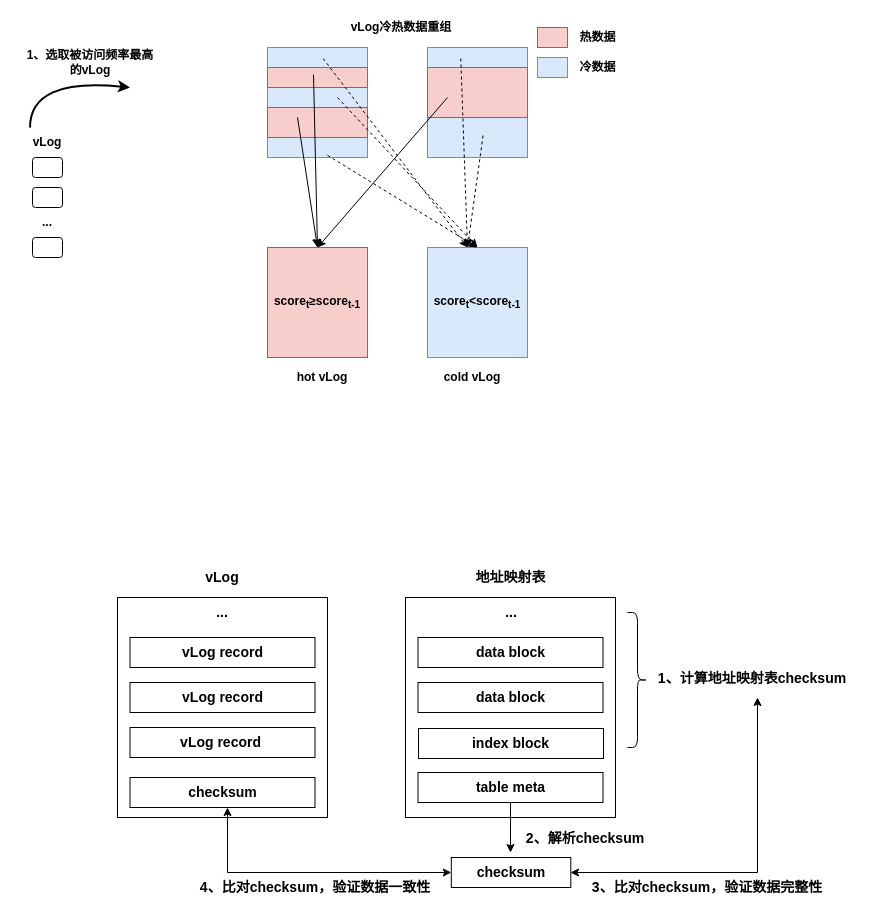
Earlier version of the draw.io diagram page "第 3 页" (3 of 8) of RabbitKV.drawio (yeqiyi/drawIO). Source tidied: cells renumbered, new cells numbered last; positions are measured from the earlier drawing's top-left corner, leaving out a move shared by most shapes. Both pictures are drawn from the tidied source at 100%, with x=0, y=0 at pixel (17, 17).
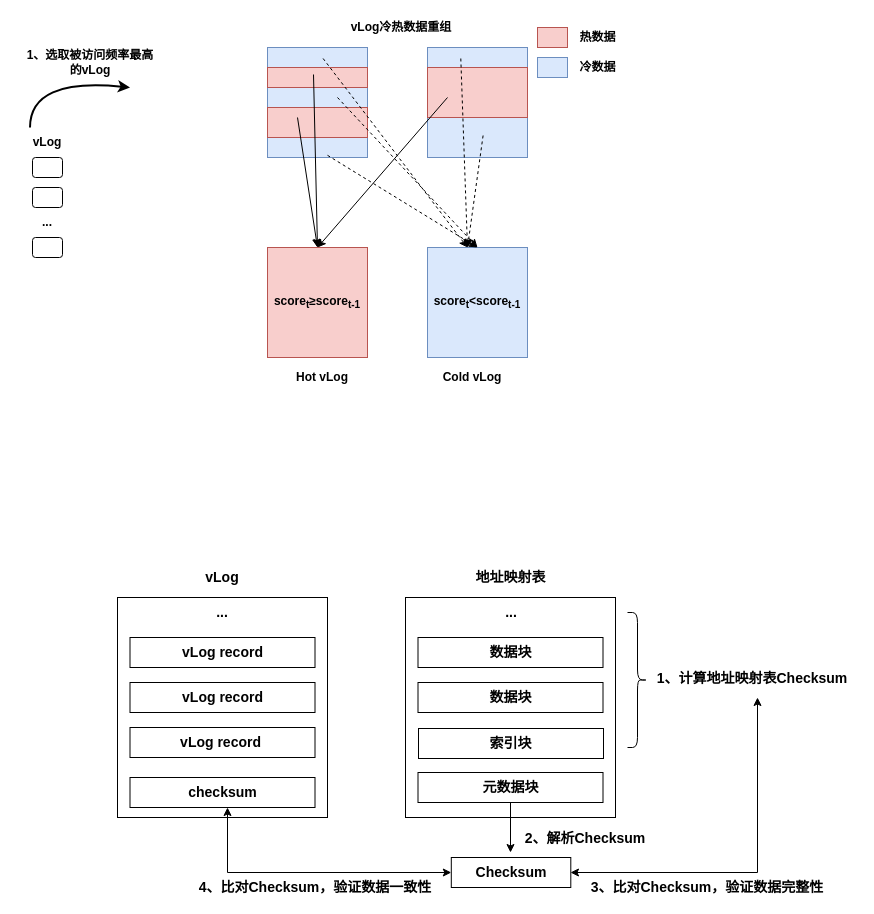
Above is the later version.

Change to the diagram source:
```diff
@@
-    <mxCell id="29" value="&lt;b style=&quot;border-color: var(--border-color);&quot;&gt;hot vLog&lt;/b&gt;" style="text;html=1;strokeColor=none;fillColor=none;align=center;verticalAlign=middle;whiteSpace=wrap;rounded=0;" parent="1" vertex="1">
+    <mxCell id="29" value="&lt;b style=&quot;border-color: var(--border-color);&quot;&gt;Hot vLog&lt;/b&gt;" style="text;html=1;strokeColor=none;fillColor=none;align=center;verticalAlign=middle;whiteSpace=wrap;rounded=0;" parent="1" vertex="1">
       <mxGeometry x="238" y="350" width="134" height="20" as="geometry" />
     </mxCell>
-    <mxCell id="30" value="&lt;b style=&quot;border-color: var(--border-color);&quot;&gt;cold vLog&lt;/b&gt;" style="text;html=1;strokeColor=none;fillColor=none;align=center;verticalAlign=middle;whiteSpace=wrap;rounded=0;" parent="1" vertex="1">
+    <mxCell id="30" value="&lt;b style=&quot;border-color: var(--border-color);&quot;&gt;Cold vLog&lt;/b&gt;" style="text;html=1;strokeColor=none;fillColor=none;align=center;verticalAlign=middle;whiteSpace=wrap;rounded=0;" parent="1" vertex="1">
       <mxGeometry x="388" y="350" width="134" height="20" as="geometry" />
     </mxCell>
@@
-    <mxCell id="40" value="&lt;b&gt;&lt;font style=&quot;font-size: 14px;&quot;&gt;data block&lt;/font&gt;&lt;/b&gt;" style="rounded=0;whiteSpace=wrap;html=1;" parent="1" vertex="1">
+    <mxCell id="40" value="&lt;span style=&quot;font-size: 14px;&quot;&gt;&lt;b&gt;数据块&lt;/b&gt;&lt;/span&gt;" style="rounded=0;whiteSpace=wrap;html=1;" parent="1" vertex="1">
       <mxGeometry x="400.5" y="620" width="185" height="30" as="geometry" />
     </mxCell>
-    <mxCell id="41" value="&lt;b&gt;&lt;font style=&quot;font-size: 14px;&quot;&gt;data block&lt;/font&gt;&lt;/b&gt;" style="rounded=0;whiteSpace=wrap;html=1;" parent="1" vertex="1">
+    <mxCell id="41" value="&lt;b&gt;&lt;font style=&quot;font-size: 14px;&quot;&gt;数据块&lt;/font&gt;&lt;/b&gt;" style="rounded=0;whiteSpace=wrap;html=1;" parent="1" vertex="1">
       <mxGeometry x="400.5" y="665" width="185" height="30" as="geometry" />
     </mxCell>
@@
-    <mxCell id="43" value="&lt;b&gt;&lt;font style=&quot;font-size: 14px;&quot;&gt;index block&lt;/font&gt;&lt;/b&gt;" style="rounded=0;whiteSpace=wrap;html=1;" parent="1" vertex="1">
+    <mxCell id="43" value="&lt;b&gt;&lt;font style=&quot;font-size: 14px;&quot;&gt;索引块&lt;/font&gt;&lt;/b&gt;" style="rounded=0;whiteSpace=wrap;html=1;" parent="1" vertex="1">
       <mxGeometry x="401" y="711" width="185" height="30" as="geometry" />
     </mxCell>
-    <mxCell id="44" value="&lt;b&gt;&lt;font style=&quot;font-size: 14px;&quot;&gt;table meta&lt;/font&gt;&lt;/b&gt;" style="rounded=0;whiteSpace=wrap;html=1;" parent="1" vertex="1">
+    <mxCell id="44" value="&lt;b&gt;&lt;font style=&quot;font-size: 14px;&quot;&gt;元数据块&lt;/font&gt;&lt;/b&gt;" style="rounded=0;whiteSpace=wrap;html=1;" parent="1" vertex="1">
       <mxGeometry x="400.5" y="755" width="185" height="30" as="geometry" />
     </mxCell>
@@
-    <mxCell id="46" value="&lt;b&gt;&lt;font style=&quot;font-size: 14px;&quot;&gt;1、计算地址映射表checksum&lt;/font&gt;&lt;/b&gt;" style="text;html=1;strokeColor=none;fillColor=none;align=center;verticalAlign=middle;whiteSpace=wrap;rounded=0;" parent="1" vertex="1">
+    <mxCell id="46" value="&lt;b&gt;&lt;font style=&quot;font-size: 14px;&quot;&gt;1、计算地址映射表Checksum&lt;/font&gt;&lt;/b&gt;" style="text;html=1;strokeColor=none;fillColor=none;align=center;verticalAlign=middle;whiteSpace=wrap;rounded=0;" parent="1" vertex="1">
       <mxGeometry x="630" y="650" width="210" height="22.5" as="geometry" />
     </mxCell>
@@
-    <mxCell id="48" value="&lt;b&gt;&lt;font style=&quot;font-size: 14px;&quot;&gt;2、解析checksum&lt;/font&gt;&lt;/b&gt;" style="text;html=1;strokeColor=none;fillColor=none;align=center;verticalAlign=middle;whiteSpace=wrap;rounded=0;" parent="1" vertex="1">
+    <mxCell id="48" value="&lt;b&gt;&lt;font style=&quot;font-size: 14px;&quot;&gt;2、解析Checksum&lt;/font&gt;&lt;/b&gt;" style="text;html=1;strokeColor=none;fillColor=none;align=center;verticalAlign=middle;whiteSpace=wrap;rounded=0;" parent="1" vertex="1">
       <mxGeometry x="463" y="810" width="210" height="22.5" as="geometry" />
     </mxCell>
-    <mxCell id="49" value="&lt;span style=&quot;font-size: 14px;&quot;&gt;&lt;b&gt;checksum&lt;/b&gt;&lt;/span&gt;" style="rounded=0;whiteSpace=wrap;html=1;" parent="1" vertex="1">
+    <mxCell id="49" value="&lt;span style=&quot;font-size: 14px;&quot;&gt;&lt;b&gt;Checksum&lt;/b&gt;&lt;/span&gt;" style="rounded=0;whiteSpace=wrap;html=1;" parent="1" vertex="1">
       <mxGeometry x="433.8" y="840" width="119.5" height="30" as="geometry" />
     </mxCell>
-    <mxCell id="50" value="&lt;b&gt;&lt;font style=&quot;font-size: 14px;&quot;&gt;3、比对checksum，验证数据完整性&lt;/font&gt;&lt;/b&gt;" style="text;html=1;strokeColor=none;fillColor=none;align=center;verticalAlign=middle;whiteSpace=wrap;rounded=0;" parent="1" vertex="1">
+    <mxCell id="50" value="&lt;b&gt;&lt;font style=&quot;font-size: 14px;&quot;&gt;3、比对Checksum，验证数据完整性&lt;/font&gt;&lt;/b&gt;" style="text;html=1;strokeColor=none;fillColor=none;align=center;verticalAlign=middle;whiteSpace=wrap;rounded=0;" parent="1" vertex="1">
       <mxGeometry x="570" y="860" width="240" height="20" as="geometry" />
     </mxCell>
@@
-    <mxCell id="53" value="&lt;b&gt;&lt;font style=&quot;font-size: 14px;&quot;&gt;4、比对checksum，验证数据一致性&lt;/font&gt;&lt;/b&gt;" style="text;html=1;strokeColor=none;fillColor=none;align=center;verticalAlign=middle;whiteSpace=wrap;rounded=0;" parent="1" vertex="1">
+    <mxCell id="53" value="&lt;b&gt;&lt;font style=&quot;font-size: 14px;&quot;&gt;4、比对Checksum，验证数据一致性&lt;/font&gt;&lt;/b&gt;" style="text;html=1;strokeColor=none;fillColor=none;align=center;verticalAlign=middle;whiteSpace=wrap;rounded=0;" parent="1" vertex="1">
       <mxGeometry x="178" y="860" width="240" height="20" as="geometry" />
     </mxCell>
```
